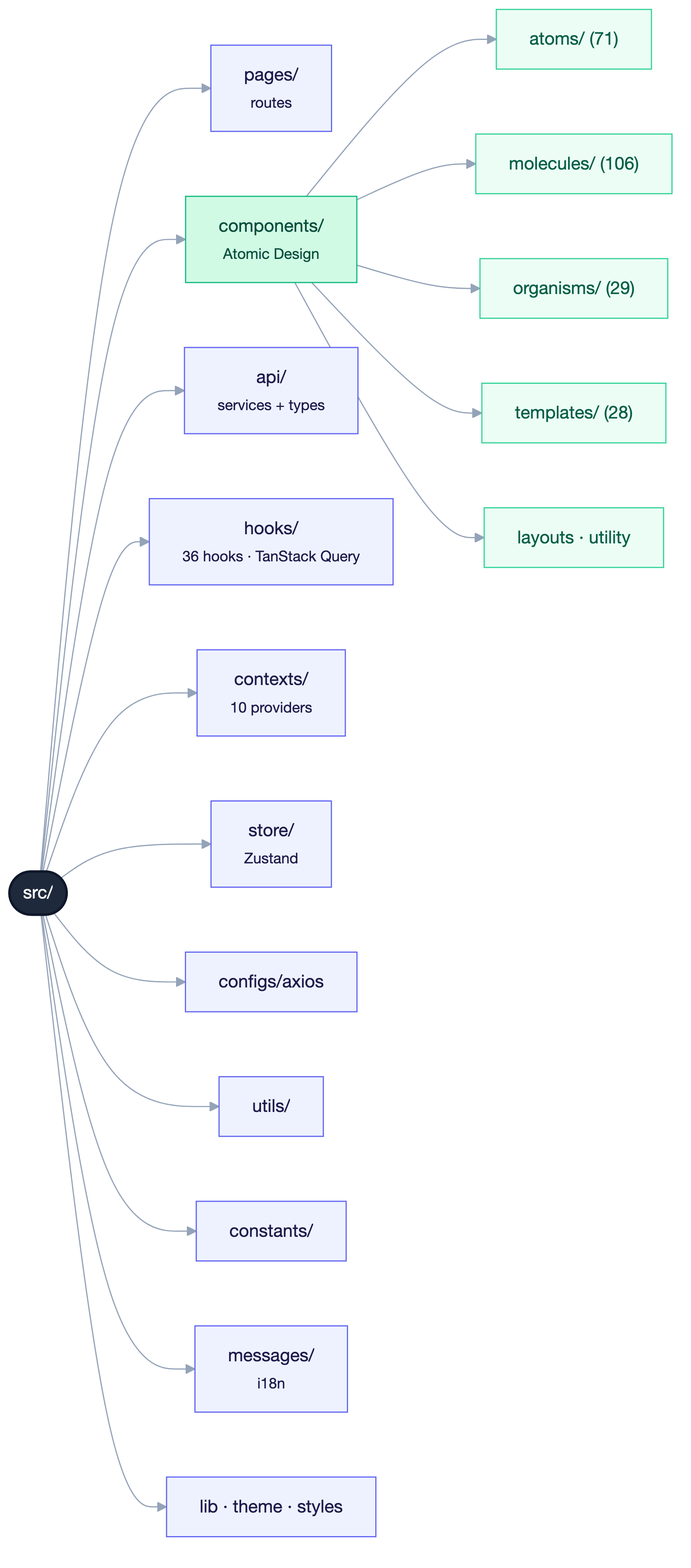
This is diagrams/fe/png/02-folder-structure.png from huynhtranty/smartrent-report, a Mermaid export, as it was before one commit. Its source is kept beside it as diagrams/fe/src/02-folder-structure.mmd.
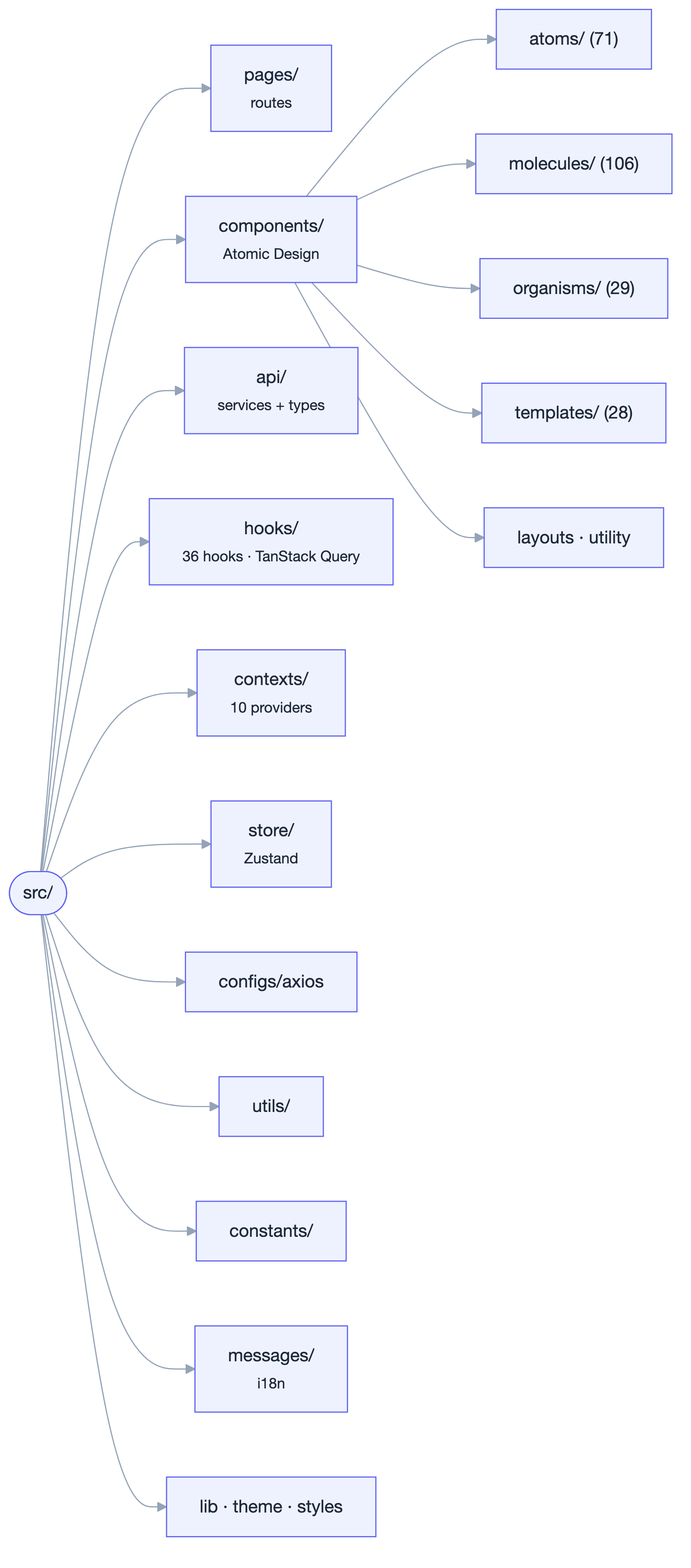
Above is the later version.

Change to the diagram source:
```diff
@@ -16,12 +16,3 @@
  components --> c3["organisms/ (29)"]
  components --> c4["templates/ (28)"]
  components --> c5["layouts · utility"]
-
- classDef root fill:#1e293b,stroke:#0f172a,color:#f8fafc,stroke-width:2px
- classDef ui fill:#d1fae5,stroke:#10b981,color:#064e3b
- classDef other fill:#eef2ff,stroke:#6366f1,color:#1e1b4b
- classDef sub fill:#ecfdf5,stroke:#34d399,color:#065f46
- class root root
- class components ui
- class pages,api,hooks,contexts,store,configs,utils,constants,messages,lib other
- class c1,c2,c3,c4,c5 sub
```
